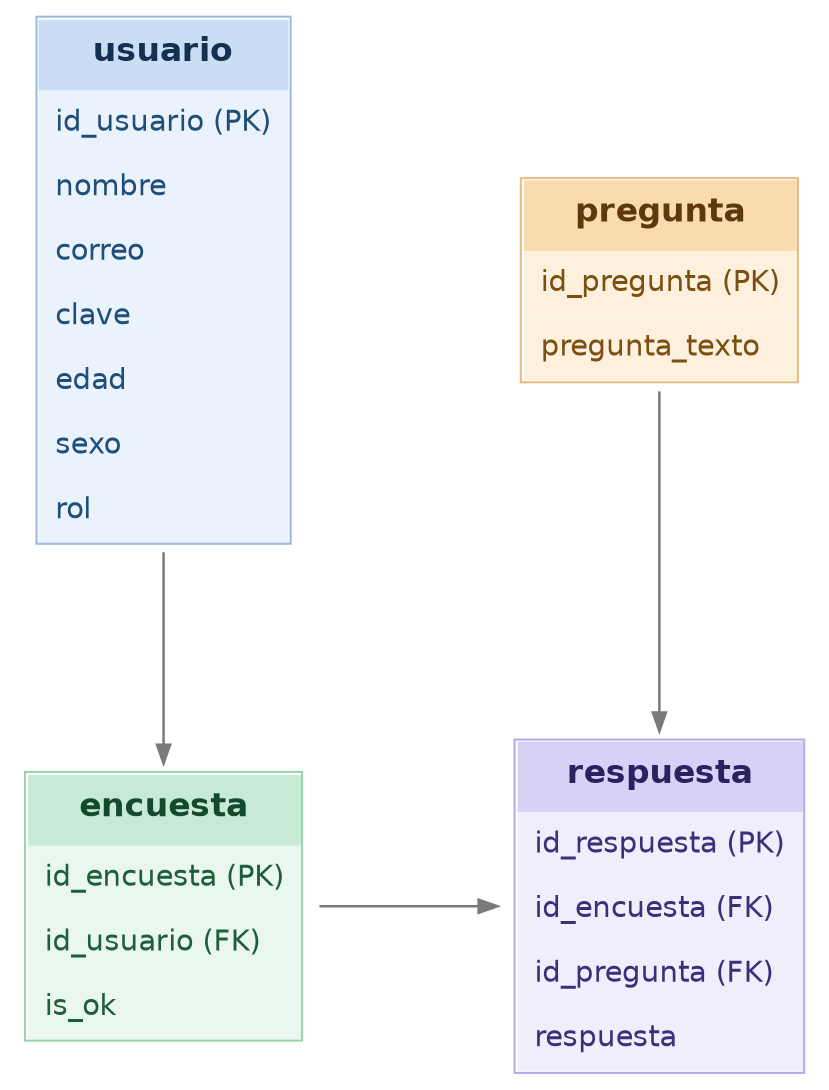
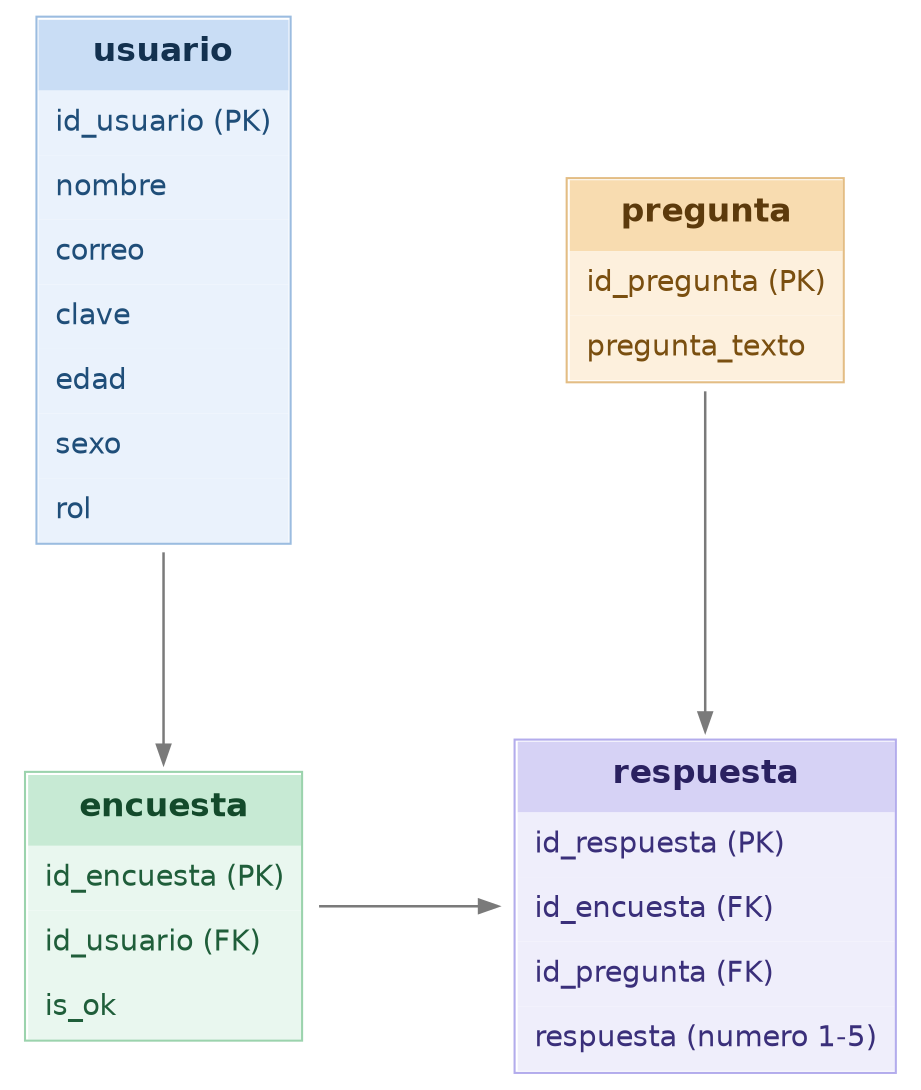
// Modelo logico - Encuesta sobre la atencion
// Regenerar con: dot -Tpng modelo_logico.dot -o modelo_logico.png
digraph modelo_logico {
  graph [rankdir=TB, nodesep=1.2, ranksep=1.2, bgcolor="white", fontname="Helvetica"];
  node  [shape=plaintext, fontname="Helvetica"];
  edge  [color="#7a7a7a", arrowsize=0.9, penwidth=1.2];

  usuario [label=<
    <TABLE BORDER="1" COLOR="#9bbce0" CELLBORDER="0" CELLSPACING="0" CELLPADDING="8">
      <TR><TD BGCOLOR="#c9ddf5"><FONT POINT-SIZE="16" COLOR="#13314f"><B>usuario</B></FONT></TD></TR>
      <TR><TD BGCOLOR="#eaf2fc" ALIGN="LEFT"><FONT COLOR="#1f4e79">id_usuario (PK)</FONT></TD></TR>
      <TR><TD BGCOLOR="#eaf2fc" ALIGN="LEFT"><FONT COLOR="#1f4e79">nombre</FONT></TD></TR>
      <TR><TD BGCOLOR="#eaf2fc" ALIGN="LEFT"><FONT COLOR="#1f4e79">correo</FONT></TD></TR>
      <TR><TD BGCOLOR="#eaf2fc" ALIGN="LEFT"><FONT COLOR="#1f4e79">clave</FONT></TD></TR>
      <TR><TD BGCOLOR="#eaf2fc" ALIGN="LEFT"><FONT COLOR="#1f4e79">edad</FONT></TD></TR>
      <TR><TD BGCOLOR="#eaf2fc" ALIGN="LEFT"><FONT COLOR="#1f4e79">sexo</FONT></TD></TR>
      <TR><TD BGCOLOR="#eaf2fc" ALIGN="LEFT"><FONT COLOR="#1f4e79">rol</FONT></TD></TR>
    </TABLE>>];

  pregunta [label=<
    <TABLE BORDER="1" COLOR="#e3bd84" CELLBORDER="0" CELLSPACING="0" CELLPADDING="8">
      <TR><TD BGCOLOR="#f8dcb0"><FONT POINT-SIZE="16" COLOR="#5c3a0c"><B>pregunta</B></FONT></TD></TR>
      <TR><TD BGCOLOR="#fdf0dd" ALIGN="LEFT"><FONT COLOR="#7a4f10">id_pregunta (PK)</FONT></TD></TR>
      <TR><TD BGCOLOR="#fdf0dd" ALIGN="LEFT"><FONT COLOR="#7a4f10">pregunta_texto</FONT></TD></TR>
    </TABLE>>];

  encuesta [label=<
    <TABLE BORDER="1" COLOR="#9bd3ad" CELLBORDER="0" CELLSPACING="0" CELLPADDING="8">
      <TR><TD BGCOLOR="#c7ead4"><FONT POINT-SIZE="16" COLOR="#134a2b"><B>encuesta</B></FONT></TD></TR>
      <TR><TD BGCOLOR="#e9f7ef" ALIGN="LEFT"><FONT COLOR="#1f5e3a">id_encuesta (PK)</FONT></TD></TR>
      <TR><TD BGCOLOR="#e9f7ef" ALIGN="LEFT"><FONT COLOR="#1f5e3a">id_usuario (FK)</FONT></TD></TR>
      <TR><TD BGCOLOR="#e9f7ef" ALIGN="LEFT"><FONT COLOR="#1f5e3a">is_ok</FONT></TD></TR>
    </TABLE>>];

  respuesta [label=<
    <TABLE BORDER="1" COLOR="#b3acec" CELLBORDER="0" CELLSPACING="0" CELLPADDING="8">
      <TR><TD BGCOLOR="#d6d2f5"><FONT POINT-SIZE="16" COLOR="#2a2160"><B>respuesta</B></FONT></TD></TR>
      <TR><TD BGCOLOR="#efeefb" ALIGN="LEFT"><FONT COLOR="#3a2f7a">id_respuesta (PK)</FONT></TD></TR>
      <TR><TD BGCOLOR="#efeefb" ALIGN="LEFT"><FONT COLOR="#3a2f7a">id_encuesta (FK)</FONT></TD></TR>
      <TR><TD BGCOLOR="#efeefb" ALIGN="LEFT"><FONT COLOR="#3a2f7a">id_pregunta (FK)</FONT></TD></TR>
-       <TR><TD BGCOLOR="#efeefb" ALIGN="LEFT"><FONT COLOR="#3a2f7a">respuesta</FONT></TD></TR>
+       <TR><TD BGCOLOR="#efeefb" ALIGN="LEFT"><FONT COLOR="#3a2f7a">respuesta (numero 1-5)</FONT></TD></TR>
    </TABLE>>];

  { rank=same; usuario; pregunta; }
  { rank=same; encuesta; respuesta; }

  usuario  -> encuesta;
  pregunta -> respuesta;
  encuesta -> respuesta;
}
